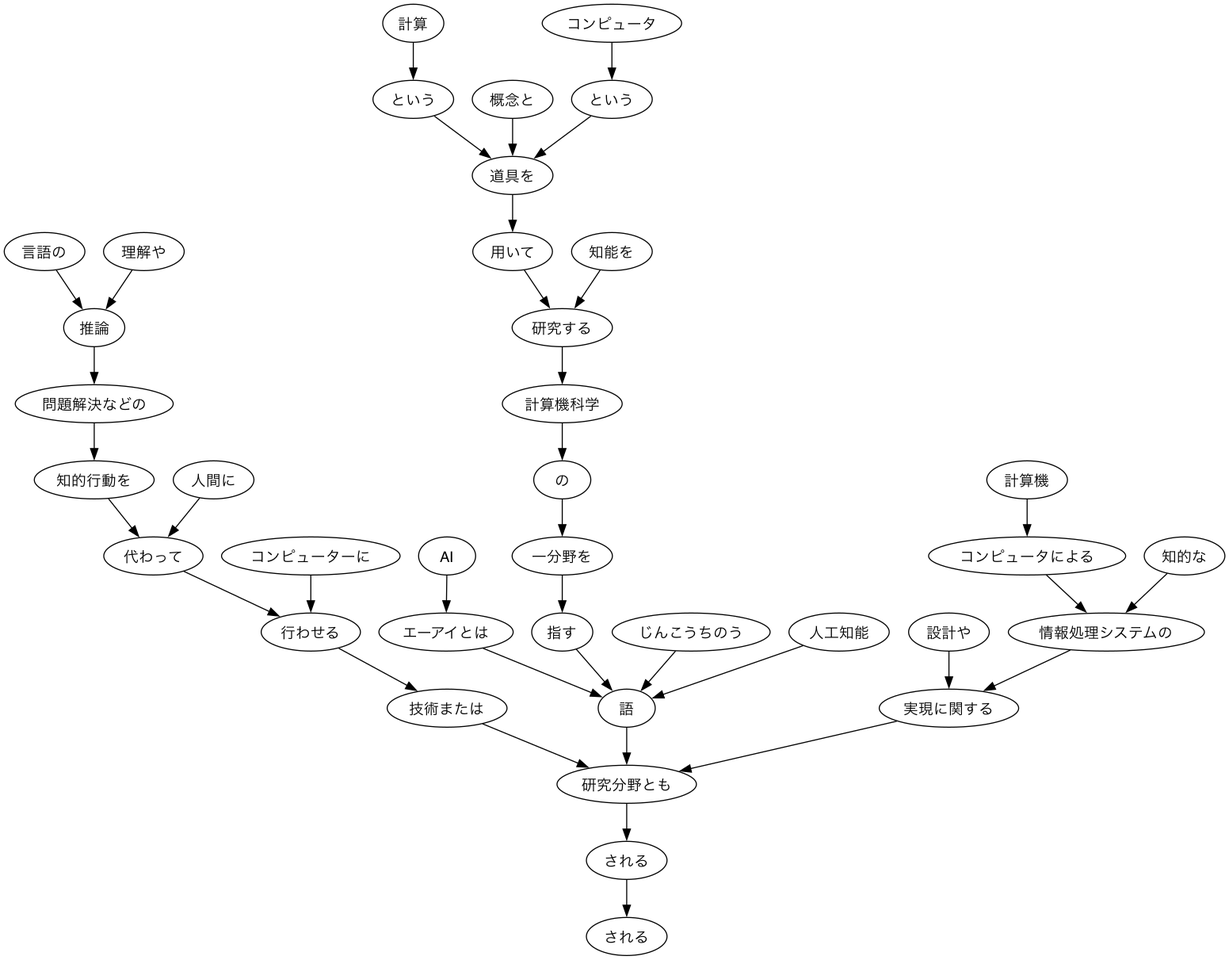
The Graphviz diagram 05/data/tree.gv.png in fuji029/nlp-100, before a commit. Its source is kept beside it as 05/data/tree.gv. Source of this version:
```dot
digraph {
	node [fontname="Meiryo UI"]
	edge [fontname="Meiryo UI"]
	0 [label="人工知能"]
	17 [label="語"]
	0 -> 17
	1 [label="じんこうちのう"]
	17 [label="語"]
	1 -> 17
	2 [label=AI]
	3 [label="エーアイとは"]
	2 -> 3
	3 [label="エーアイとは"]
	17 [label="語"]
	3 -> 17
	4 [label="計算"]
	5 [label="という"]
	4 -> 5
	5 [label="という"]
	9 [label="道具を"]
	5 -> 9
	6 [label="概念と"]
	9 [label="道具を"]
	6 -> 9
	7 [label="コンピュータ"]
	8 [label="という"]
	7 -> 8
	8 [label="という"]
	9 [label="道具を"]
	8 -> 9
	9 [label="道具を"]
	10 [label="用いて"]
	9 -> 10
	10 [label="用いて"]
	12 [label="研究する"]
	10 -> 12
	11 [label="知能を"]
	12 [label="研究する"]
	11 -> 12
	12 [label="研究する"]
	13 [label="計算機科学"]
	12 -> 13
	13 [label="計算機科学"]
	14 [label="の"]
	13 -> 14
	14 [label="の"]
	15 [label="一分野を"]
	14 -> 15
	15 [label="一分野を"]
	16 [label="指す"]
	15 -> 16
	16 [label="指す"]
	17 [label="語"]
	16 -> 17
	17 [label="語"]
	34 [label="研究分野とも"]
	17 -> 34
	18 [label="言語の"]
	20 [label="推論"]
	18 -> 20
	19 [label="理解や"]
	20 [label="推論"]
	19 -> 20
	20 [label="推論"]
	21 [label="問題解決などの"]
	20 -> 21
	21 [label="問題解決などの"]
	22 [label="知的行動を"]
	21 -> 22
	22 [label="知的行動を"]
	24 [label="代わって"]
	22 -> 24
	23 [label="人間に"]
	24 [label="代わって"]
	23 -> 24
	24 [label="代わって"]
	26 [label="行わせる"]
	24 -> 26
	25 [label="コンピューターに"]
	26 [label="行わせる"]
	25 -> 26
	26 [label="行わせる"]
	27 [label="技術または"]
	26 -> 27
	27 [label="技術または"]
	34 [label="研究分野とも"]
	27 -> 34
	28 [label="計算機"]
	29 [label="コンピュータによる"]
	28 -> 29
	29 [label="コンピュータによる"]
	31 [label="情報処理システムの"]
	29 -> 31
	30 [label="知的な"]
	31 [label="情報処理システムの"]
	30 -> 31
	31 [label="情報処理システムの"]
	33 [label="実現に関する"]
	31 -> 33
	32 [label="設計や"]
	33 [label="実現に関する"]
	32 -> 33
	33 [label="実現に関する"]
	34 [label="研究分野とも"]
	33 -> 34
	34 [label="研究分野とも"]
	35 [label="される"]
	34 -> 35
	35 [label="される"]
	-1 [label="される"]
	35 -> -1
}
```
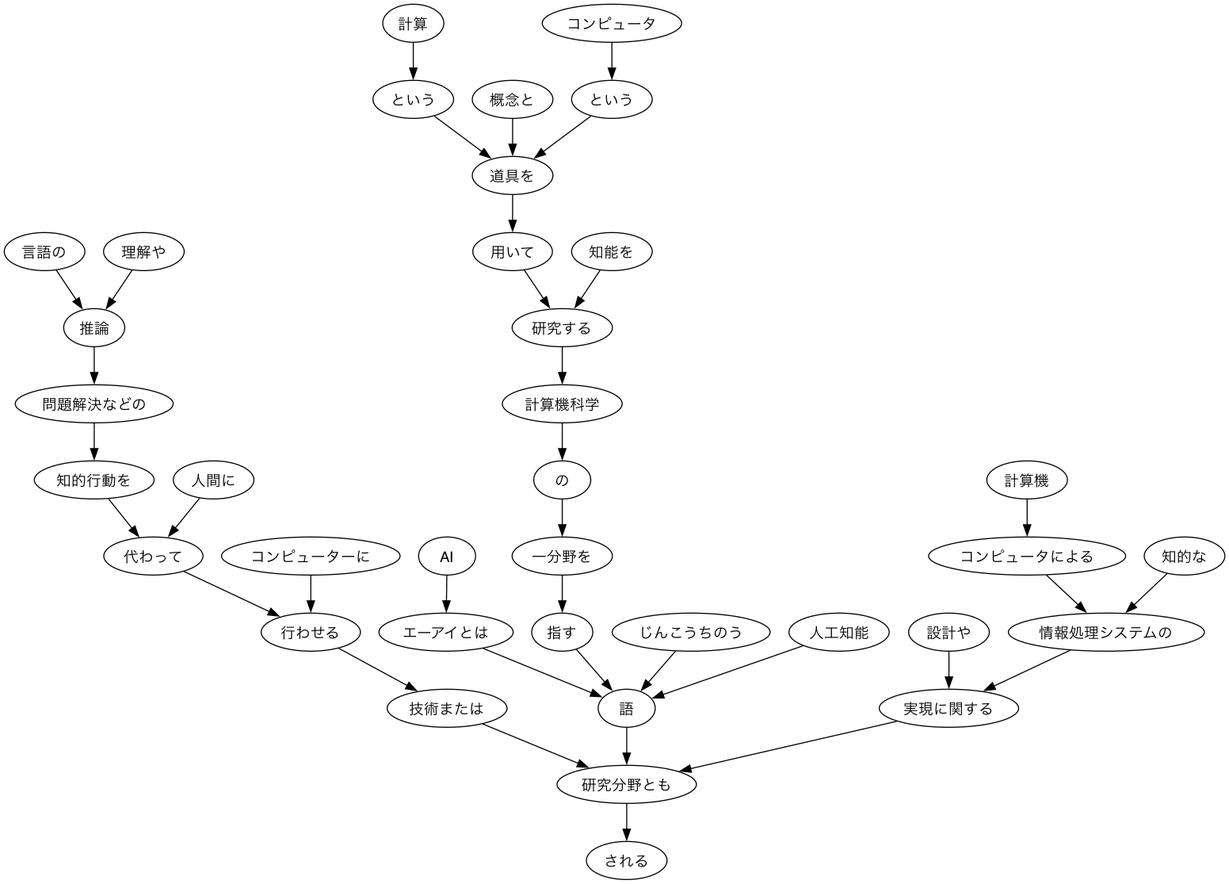
The same diagram one commit later.

The edit, as a diff of the source:
```diff
@@ -106,7 +106,4 @@
 	34 [label="研究分野とも"]
 	35 [label="される"]
 	34 -> 35
-	35 [label="される"]
-	-1 [label="される"]
-	35 -> -1
 }
```
